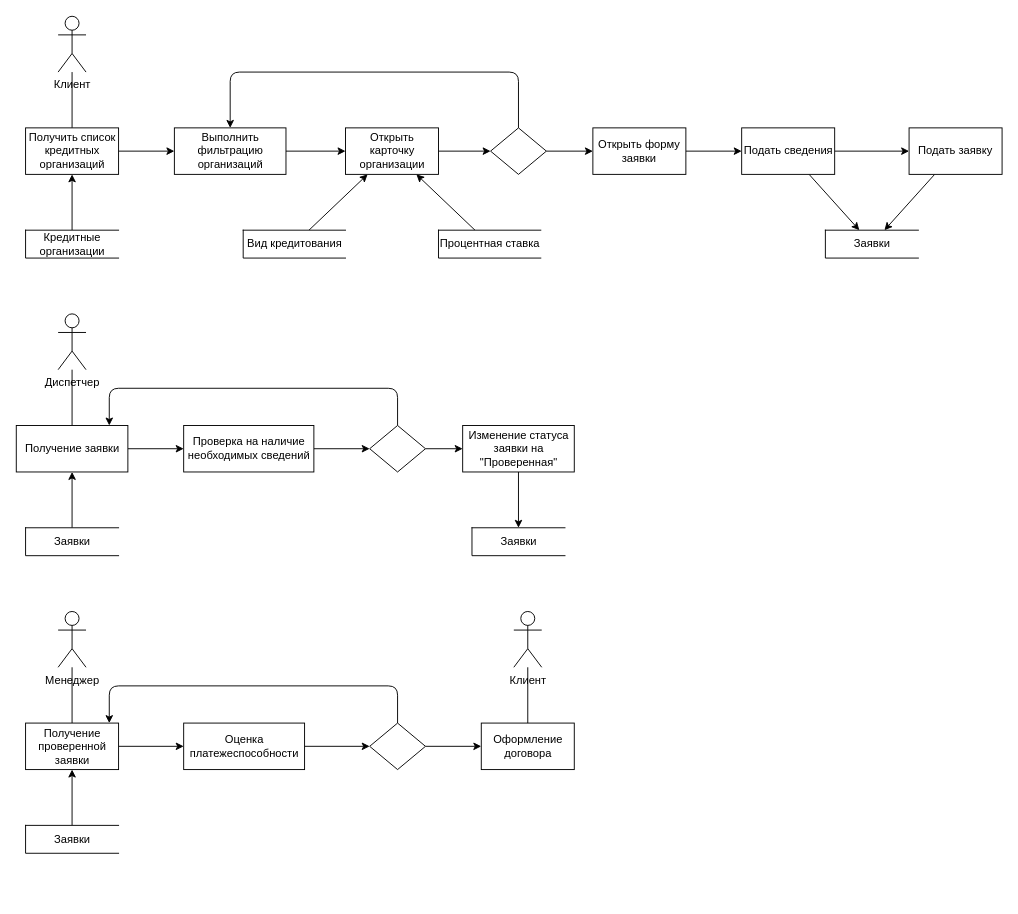
This is page "Page-1" (1 of 2) of Data Flow.drawio from sothug/Loan-applications, a draw.io file, before an edit. Source tidied: cells renumbered, new cells numbered last; positions are measured from the earlier drawing's top-left corner, leaving out a move shared by most shapes. Both pictures are drawn from the tidied source at 93%, with x=0, y=0 at pixel (16, 16).
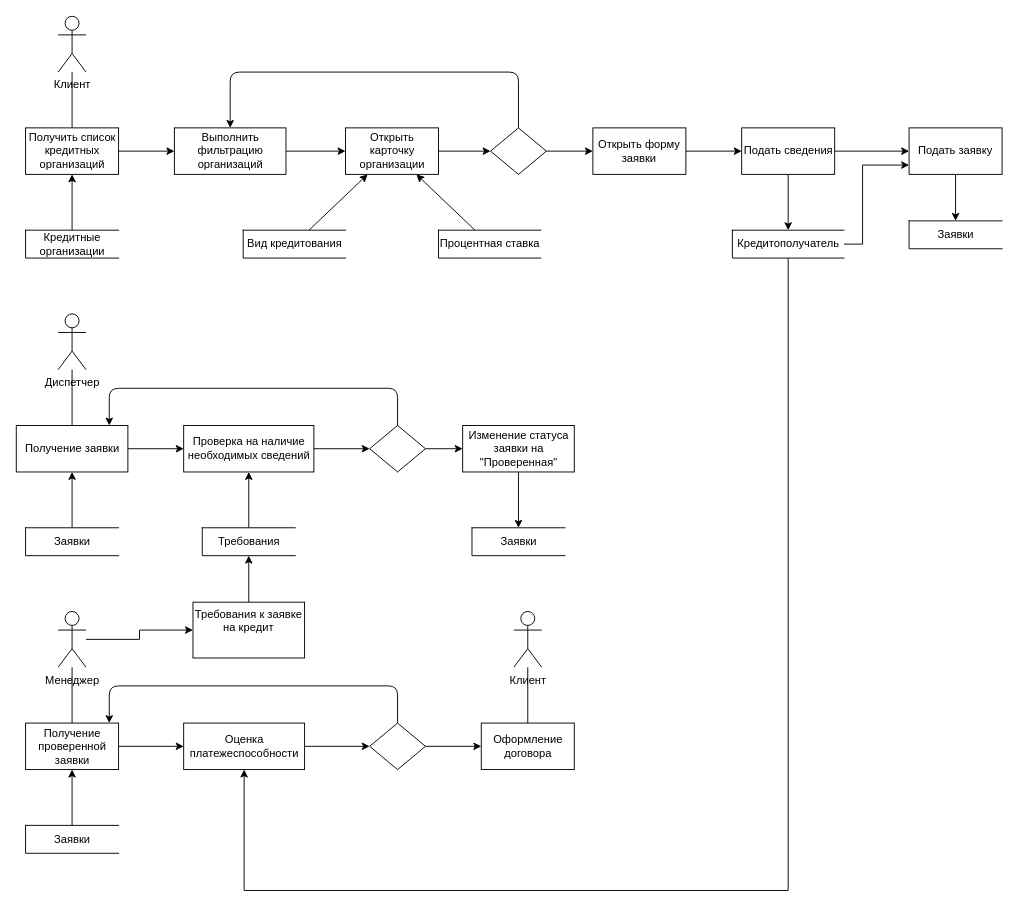
The same page after the edit.

Unchanged cells that the change refers to:
```xml
<mxCell id="21" value="Подать сведения" style="html=1;dashed=0;whitespace=wrap;" parent="1" vertex="1">
  <mxGeometry x="780" y="120" width="100" height="50" as="geometry" />
</mxCell>
<mxCell id="25" value="Подать заявку" style="whiteSpace=wrap;html=1;dashed=0;" parent="1" vertex="1">
  <mxGeometry x="960" y="120" width="100" height="50" as="geometry" />
</mxCell>
<mxCell id="34" value="Проверка на наличие&lt;br&gt;необходимых сведений" style="html=1;dashed=0;whitespace=wrap;" parent="1" vertex="1">
  <mxGeometry x="180" y="440" width="140" height="50" as="geometry" />
</mxCell>
<mxCell id="42" value="Менеджер" style="shape=umlActor;verticalLabelPosition=bottom;verticalAlign=top;html=1;outlineConnect=0;" parent="1" vertex="1">
  <mxGeometry x="45" y="640" width="30" height="60" as="geometry" />
</mxCell>
<mxCell id="48" value="Оценка&lt;br&gt;платежеспособности" style="html=1;dashed=0;whitespace=wrap;" parent="1" vertex="1">
  <mxGeometry x="180" y="760" width="130" height="50" as="geometry" />
</mxCell>
```

The edit, as a diff of the source:
```diff
@@
-    <mxCell id="20" style="rounded=0;jettySize=auto;html=1;" parent="1" edge="1" source="21" target="28">
-      <mxGeometry relative="1" as="geometry" />
-    </mxCell>
+    <mxCell id="55" style="edgeStyle=orthogonalEdgeStyle;rounded=0;jettySize=auto;html=1;" parent="1" edge="1" source="21" target="59">
+      <mxGeometry relative="1" as="geometry" />
+    </mxCell>
@@
     <mxCell id="28" value="Заявки" style="html=1;dashed=0;whitespace=wrap;shape=partialRectangle;right=0;" parent="1" vertex="1">
-      <mxGeometry x="870" y="230" width="100" height="30" as="geometry" />
+      <mxGeometry x="960" y="220" width="100" height="30" as="geometry" />
     </mxCell>
@@
+    <mxCell id="56" style="edgeStyle=orthogonalEdgeStyle;rounded=0;jettySize=auto;html=1;" parent="1" edge="1" source="42" target="63">
+      <mxGeometry relative="1" as="geometry" />
+    </mxCell>
@@
+    <mxCell id="57" style="edgeStyle=orthogonalEdgeStyle;rounded=0;jettySize=auto;html=1;" parent="1" edge="1" source="59" target="25">
+      <mxGeometry relative="1" as="geometry">
+        <Array as="points">
+          <mxPoint x="910" y="245" />
+          <mxPoint x="910" y="160" />
+        </Array>
+      </mxGeometry>
+    </mxCell>
+    <mxCell id="58" style="edgeStyle=orthogonalEdgeStyle;rounded=0;jettySize=auto;html=1;" parent="1" edge="1" source="59" target="48">
+      <mxGeometry relative="1" as="geometry">
+        <Array as="points">
+          <mxPoint x="830" y="940" />
+          <mxPoint x="245" y="940" />
+        </Array>
+      </mxGeometry>
+    </mxCell>
+    <mxCell id="59" value="Кредитополучатель" style="html=1;dashed=0;whitespace=wrap;shape=partialRectangle;right=0;" parent="1" vertex="1">
+      <mxGeometry x="770" y="230" width="120" height="30" as="geometry" />
+    </mxCell>
+    <mxCell id="60" style="edgeStyle=orthogonalEdgeStyle;rounded=0;jettySize=auto;html=1;" parent="1" edge="1" source="61" target="34">
+      <mxGeometry relative="1" as="geometry" />
+    </mxCell>
+    <mxCell id="61" value="Требования" style="html=1;dashed=0;whitespace=wrap;shape=partialRectangle;right=0;" parent="1" vertex="1">
+      <mxGeometry x="200" y="550" width="100" height="30" as="geometry" />
+    </mxCell>
+    <mxCell id="62" style="edgeStyle=orthogonalEdgeStyle;rounded=0;jettySize=auto;html=1;entryX=0.5;entryY=1;entryDx=0;entryDy=0;" parent="1" edge="1" source="63" target="61">
+      <mxGeometry relative="1" as="geometry" />
+    </mxCell>
+    <mxCell id="63" value="Требования к заявке на кредит" style="whiteSpace=wrap;html=1;verticalAlign=top;" parent="1" vertex="1">
+      <mxGeometry x="190" y="630" width="120" height="60" as="geometry" />
+    </mxCell>
```
